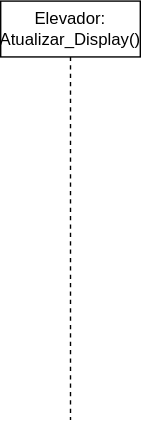
Above: Diagrama-Sequencia/DiagramaSequanciaDisplay.svg in wholocked1/Projeto-2-modelagem (draw.io), before the change. Source tidied: cells renumbered, new cells last; positions are measured from the earlier drawing's top-left corner, leaving out a move shared by most shapes. Its diagram source:
```xml
<mxGraphModel background="#ffffff">
  <root>
    <mxCell id="0" />
    <mxCell id="1" parent="0" />
    <mxCell id="2" value="Elevador: Atualizar_Display()" style="shape=umlLifeline;perimeter=lifelinePerimeter;whiteSpace=wrap;html=1;newEdgeStyle={&quot;curved&quot;:0,&quot;rounded&quot;:0};" parent="1" vertex="1">
      <mxGeometry width="100" height="300" as="geometry" />
    </mxCell>
  </root>
</mxGraphModel>
```
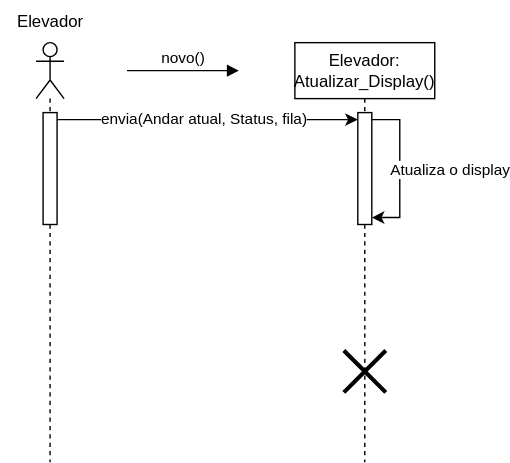
The same file after the commit.

Change to the diagram source:
```diff
@@ -5,5 +5,40 @@
     <mxCell id="2" value="Elevador: Atualizar_Display()" style="shape=umlLifeline;perimeter=lifelinePerimeter;whiteSpace=wrap;html=1;newEdgeStyle={&quot;curved&quot;:0,&quot;rounded&quot;:0};" parent="1" vertex="1">
       <mxGeometry width="100" height="300" as="geometry" />
     </mxCell>
+    <mxCell id="3" style="html=1;points=[[0,0,0,0,5],[0,1,0,0,-5],[1,0,0,0,5],[1,1,0,0,-5]];perimeter=orthogonalPerimeter;outlineConnect=0;targetShapes=umlLifeline;portConstraint=eastwest;newEdgeStyle={&quot;curved&quot;:0,&quot;rounded&quot;:0};" parent="2" vertex="1">
+      <mxGeometry x="45" y="50" width="10" height="80" as="geometry" />
+    </mxCell>
+    <mxCell id="4" style="edgeStyle=orthogonalEdgeStyle;rounded=0;orthogonalLoop=1;jettySize=auto;html=1;curved=0;exitX=1;exitY=0;exitDx=0;exitDy=5;exitPerimeter=0;entryX=1;entryY=1;entryDx=0;entryDy=-5;entryPerimeter=0;" parent="2" edge="1" source="3" target="3">
+      <mxGeometry relative="1" as="geometry" />
+    </mxCell>
+    <mxCell id="5" value="Atualiza o display" style="edgeLabel;html=1;align=center;verticalAlign=middle;" parent="4" vertex="1">
+      <mxGeometry x="-0.03" y="3" relative="1" as="geometry">
+        <mxPoint x="32" y="1" as="offset" />
+      </mxGeometry>
+    </mxCell>
+    <mxCell id="6" style="shape=umlDestroy;whiteSpace=wrap;html=1;strokeWidth=3;targetShapes=umlLifeline;" parent="2" vertex="1">
+      <mxGeometry x="35" y="220" width="30" height="30" as="geometry" />
+    </mxCell>
+    <mxCell id="7" value="novo()" style="html=1;verticalAlign=bottom;endArrow=block;curved=0;rounded=0;" parent="1" edge="1">
+      <mxGeometry relative="1" as="geometry">
+        <mxPoint x="-120" y="20" as="sourcePoint" />
+        <mxPoint x="-40" y="20" as="targetPoint" />
+      </mxGeometry>
+    </mxCell>
+    <mxCell id="8" style="shape=umlLifeline;perimeter=lifelinePerimeter;whiteSpace=wrap;html=1;newEdgeStyle={&quot;curved&quot;:0,&quot;rounded&quot;:0};participant=umlActor;" parent="1" vertex="1">
+      <mxGeometry x="-185" width="20" height="300" as="geometry" />
+    </mxCell>
+    <mxCell id="9" style="html=1;points=[[0,0,0,0,5],[0,1,0,0,-5],[1,0,0,0,5],[1,1,0,0,-5]];perimeter=orthogonalPerimeter;outlineConnect=0;targetShapes=umlLifeline;portConstraint=eastwest;newEdgeStyle={&quot;curved&quot;:0,&quot;rounded&quot;:0};" parent="8" vertex="1">
+      <mxGeometry x="5" y="50" width="10" height="80" as="geometry" />
+    </mxCell>
+    <mxCell id="10" value="Elevador" style="text;html=1;align=center;verticalAlign=middle;strokeColor=none;fillColor=none;" parent="1" vertex="1">
+      <mxGeometry x="-210" y="-30" width="70" height="30" as="geometry" />
+    </mxCell>
+    <mxCell id="11" style="edgeStyle=orthogonalEdgeStyle;rounded=0;jettySize=auto;html=1;curved=0;exitX=1;exitY=0;exitDx=0;exitDy=5;exitPerimeter=0;entryX=0;entryY=0;entryDx=0;entryDy=5;entryPerimeter=0;" parent="1" edge="1" source="9" target="3">
+      <mxGeometry relative="1" as="geometry" />
+    </mxCell>
+    <mxCell id="12" value="envia(Andar atual, Status, fila)" style="edgeLabel;html=1;align=center;verticalAlign=middle;" parent="11" vertex="1">
+      <mxGeometry x="-0.03" y="1" relative="1" as="geometry" />
+    </mxCell>
   </root>
 </mxGraphModel>
```
